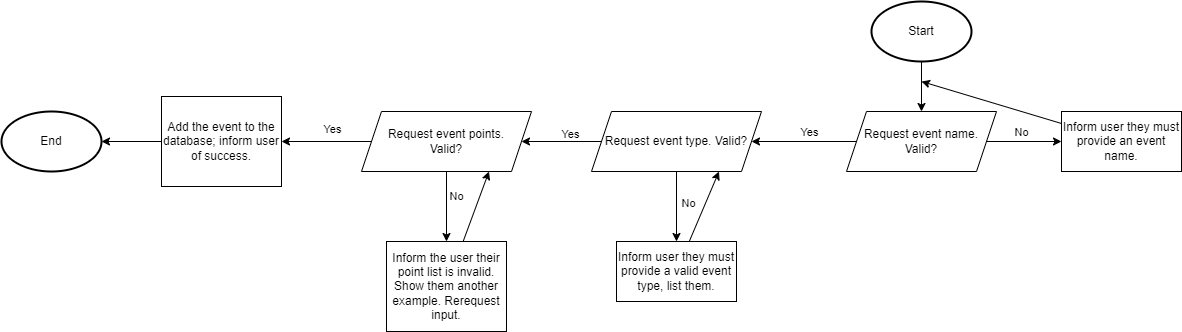
This is flowcharts/addevent.drawio.png from iiRealisticDev/unit4tournamentapp, a draw.io export, as it was before one commit. Source tidied: cells renumbered, new cells last; positions are measured from the earlier drawing's top-left corner, leaving out a move shared by most shapes.
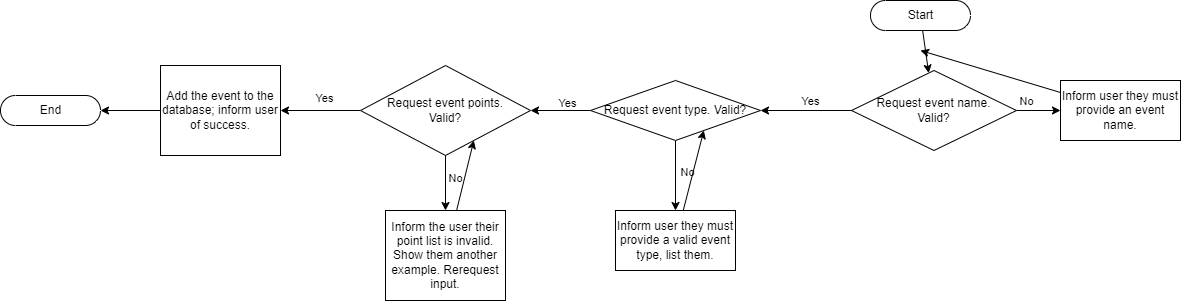
The same diagram one commit later.

Diff of the diagram source:
```diff
@@ -5,8 +5,8 @@
     <mxCell id="2" style="edgeStyle=none;html=1;" parent="1" edge="1" source="3" target="8">
       <mxGeometry relative="1" as="geometry" />
     </mxCell>
-    <mxCell id="3" value="Start" style="strokeWidth=2;html=1;shape=mxgraph.flowchart.start_1;whiteSpace=wrap;" parent="1" vertex="1">
-      <mxGeometry x="870" width="100" height="60" as="geometry" />
+    <mxCell id="3" value="Start" style="html=1;dashed=0;whitespace=wrap;shape=mxgraph.dfd.start;strokeColor=default;fontFamily=Helvetica;fontSize=12;fontColor=default;fillColor=default;" parent="1" vertex="1">
+      <mxGeometry x="870" y="30" width="100" height="30" as="geometry" />
     </mxCell>
     <mxCell id="4" style="edgeStyle=none;html=1;" parent="1" edge="1" source="8" target="15">
       <mxGeometry relative="1" as="geometry" />
@@ -24,8 +24,8 @@
         <mxPoint x="-27" y="-15" as="offset" />
       </mxGeometry>
     </mxCell>
-    <mxCell id="8" value="Request event name.&lt;br&gt;Valid?" style="shape=parallelogram;perimeter=parallelogramPerimeter;whiteSpace=wrap;html=1;fixedSize=1;" parent="1" vertex="1">
-      <mxGeometry x="845" y="110" width="150" height="60" as="geometry" />
+    <mxCell id="8" value="Request event name.&lt;br&gt;Valid?" style="rhombus;whiteSpace=wrap;html=1;strokeColor=default;fontFamily=Helvetica;fontSize=12;fontColor=default;fillColor=default;" parent="1" vertex="1">
+      <mxGeometry x="851" y="100" width="165" height="80" as="geometry" />
     </mxCell>
     <mxCell id="9" style="edgeStyle=none;html=1;" parent="1" edge="1" source="10">
       <mxGeometry relative="1" as="geometry">
@@ -51,7 +51,7 @@
         <mxPoint x="10" y="10" as="offset" />
       </mxGeometry>
     </mxCell>
-    <mxCell id="15" value="Request event type. Valid?" style="shape=parallelogram;perimeter=parallelogramPerimeter;whiteSpace=wrap;html=1;fixedSize=1;" parent="1" vertex="1">
+    <mxCell id="15" value="Request event type. Valid?" style="rhombus;whiteSpace=wrap;html=1;strokeColor=default;fontFamily=Helvetica;fontSize=12;fontColor=default;fillColor=default;" parent="1" vertex="1">
       <mxGeometry x="590" y="110" width="170" height="60" as="geometry" />
     </mxCell>
     <mxCell id="16" style="edgeStyle=none;html=1;entryX=0.75;entryY=1;entryDx=0;entryDy=0;" parent="1" edge="1" source="17" target="15">
@@ -76,8 +76,8 @@
         <mxPoint x="-18" y="-11" as="offset" />
       </mxGeometry>
     </mxCell>
-    <mxCell id="22" value="Request event points. &lt;br&gt;Valid?" style="shape=parallelogram;perimeter=parallelogramPerimeter;whiteSpace=wrap;html=1;fixedSize=1;" parent="1" vertex="1">
-      <mxGeometry x="360" y="110" width="170" height="60" as="geometry" />
+    <mxCell id="22" value="Request event points. &lt;br&gt;Valid?" style="rhombus;whiteSpace=wrap;html=1;strokeColor=default;fontFamily=Helvetica;fontSize=12;fontColor=default;fillColor=default;" parent="1" vertex="1">
+      <mxGeometry x="360" y="95" width="170" height="90" as="geometry" />
     </mxCell>
     <mxCell id="23" style="edgeStyle=none;html=1;entryX=0.75;entryY=1;entryDx=0;entryDy=0;" parent="1" edge="1" source="24" target="22">
       <mxGeometry relative="1" as="geometry" />
@@ -91,8 +91,8 @@
     <mxCell id="26" value="Add the event to the database; inform user of success." style="rounded=0;whiteSpace=wrap;html=1;" parent="1" vertex="1">
       <mxGeometry x="160" y="95" width="120" height="90" as="geometry" />
     </mxCell>
-    <mxCell id="27" value="End" style="strokeWidth=2;html=1;shape=mxgraph.flowchart.start_1;whiteSpace=wrap;" parent="1" vertex="1">
-      <mxGeometry y="110" width="100" height="60" as="geometry" />
+    <mxCell id="27" value="End" style="html=1;dashed=0;whitespace=wrap;shape=mxgraph.dfd.start;strokeColor=default;fontFamily=Helvetica;fontSize=12;fontColor=default;fillColor=default;" parent="1" vertex="1">
+      <mxGeometry y="125" width="100" height="30" as="geometry" />
     </mxCell>
   </root>
 </mxGraphModel>
```
